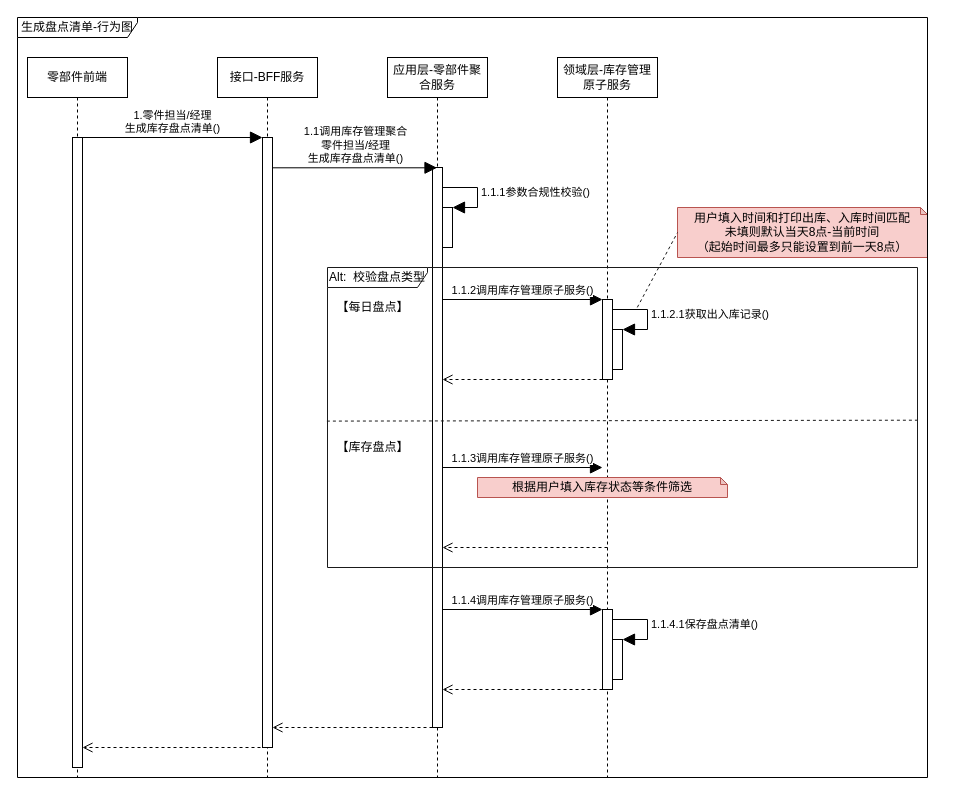
The draw.io diagram page "生成盘点清单行为图" (2 of 6) of 库存管理-库存盘点.drawio in 1132489442/gitRepository1, before the edit. Source tidied: cells renumbered, new cells numbered last; positions are measured from the earlier drawing's top-left corner, leaving out a move shared by most shapes. Both pictures are drawn from the tidied source at 100%, with x=0, y=0 at pixel (17, 17).
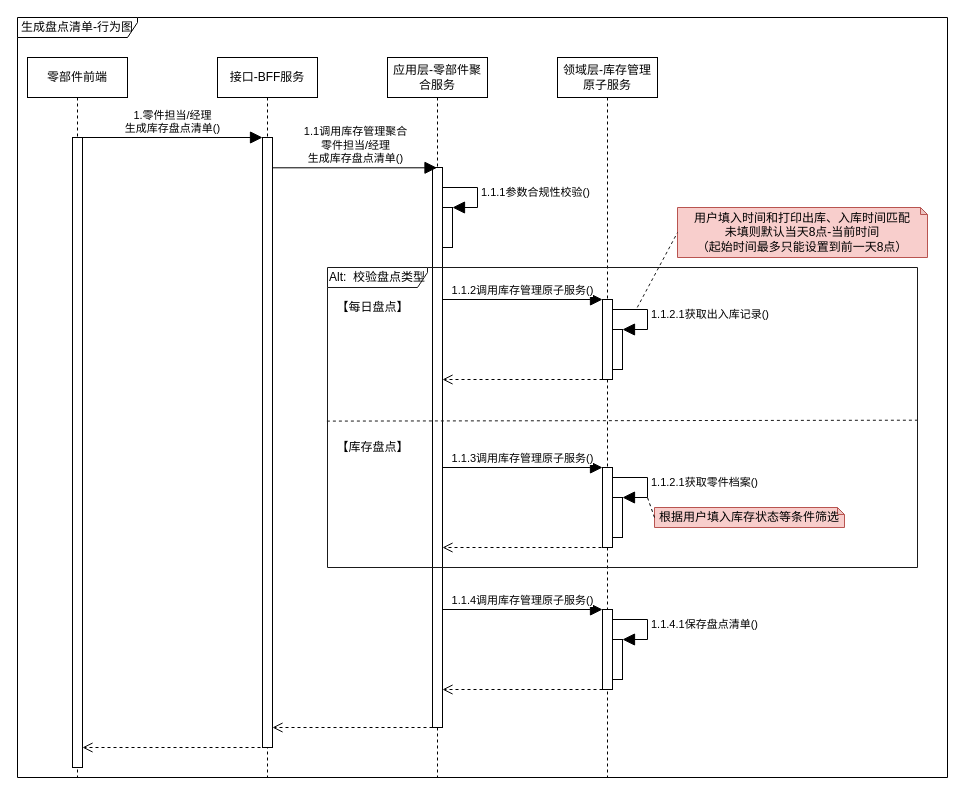
The same page after the edit.

Commit message:
更新库存管理-库存盘点.drawio

What changed in the source:
```diff
@@
     <mxCell id="32" value="根据用户填入库存状态等条件筛选" style="shape=note;whiteSpace=wrap;html=1;backgroundOutline=1;darkOpacity=0.05;strokeColor=#b85450;fillColor=#f8cecc;size=7;" parent="1" vertex="1">
-      <mxGeometry x="460" y="460" width="250" height="20" as="geometry" />
+      <mxGeometry x="637" y="490" width="190" height="20" as="geometry" />
     </mxCell>
@@
     <mxCell id="34" value="生成盘点清单-行为图" style="shape=umlFrame;whiteSpace=wrap;html=1;fillColor=#FFFFFF;width=120;height=20;" parent="1" vertex="1">
-      <mxGeometry width="910" height="760" as="geometry" />
+      <mxGeometry width="930" height="760" as="geometry" />
     </mxCell>
+    <mxCell id="35" style="html=1;points=[];perimeter=orthogonalPerimeter;fillColor=#FFFFFF;" parent="1" vertex="1">
+      <mxGeometry x="585" y="450" width="10" height="80" as="geometry" />
+    </mxCell>
+    <mxCell id="36" style="html=1;points=[];perimeter=orthogonalPerimeter;fillColor=#FFFFFF;" parent="1" vertex="1">
+      <mxGeometry x="595" y="480" width="10" height="40" as="geometry" />
+    </mxCell>
+    <mxCell id="37" value="1.1.2.1获取零件档案()" style="edgeStyle=orthogonalEdgeStyle;html=1;align=left;spacingLeft=2;endArrow=block;rounded=0;entryX=1;entryY=0;endSize=10;exitX=0.987;exitY=0.125;exitDx=0;exitDy=0;exitPerimeter=0;" parent="1" edge="1" source="35" target="36">
+      <mxGeometry relative="1" as="geometry">
+        <Array as="points">
+          <mxPoint x="630" y="460" />
+          <mxPoint x="630" y="480" />
+        </Array>
+      </mxGeometry>
+    </mxCell>
+    <mxCell id="38" style="endArrow=none;dashed=1;html=1;rounded=0;exitX=0;exitY=0.5;exitDx=0;exitDy=0;exitPerimeter=0;" parent="1" edge="1" source="32">
+      <mxGeometry relative="1" as="geometry">
+        <mxPoint x="630" y="480" as="targetPoint" />
+      </mxGeometry>
+    </mxCell>
```
